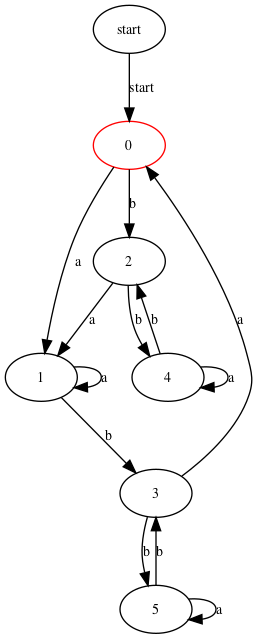
Snowcying/NFAtoDFA keeps this Graphviz diagram as NFAtoDFA.gv.png. Above is the earlier version. Its source is kept beside it as NFAtoDFA.gv.
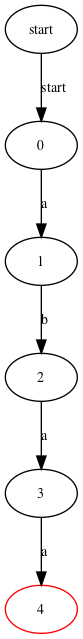
After the commit.

What changed in the source:
```diff
@@ -1,22 +1,13 @@
 digraph {
 	start [label=start]
-	0 [label=0 color=red]
+	0 [label=0]
 	0 -> 1 [label=a]
-	0 -> 2 [label=b]
 	1 [label=1]
-	1 -> 1 [label=a]
-	1 -> 3 [label=b]
+	1 -> 2 [label=b]
 	2 [label=2]
-	2 -> 1 [label=a]
-	2 -> 4 [label=b]
+	2 -> 3 [label=a]
 	3 [label=3]
-	3 -> 0 [label=a]
-	3 -> 5 [label=b]
-	4 [label=4]
-	4 -> 4 [label=a]
-	4 -> 2 [label=b]
-	5 [label=5]
-	5 -> 5 [label=a]
-	5 -> 3 [label=b]
+	3 -> 4 [label=a]
+	4 [label=4 color=red]
 	start -> 0 [label=start]
 }
```
